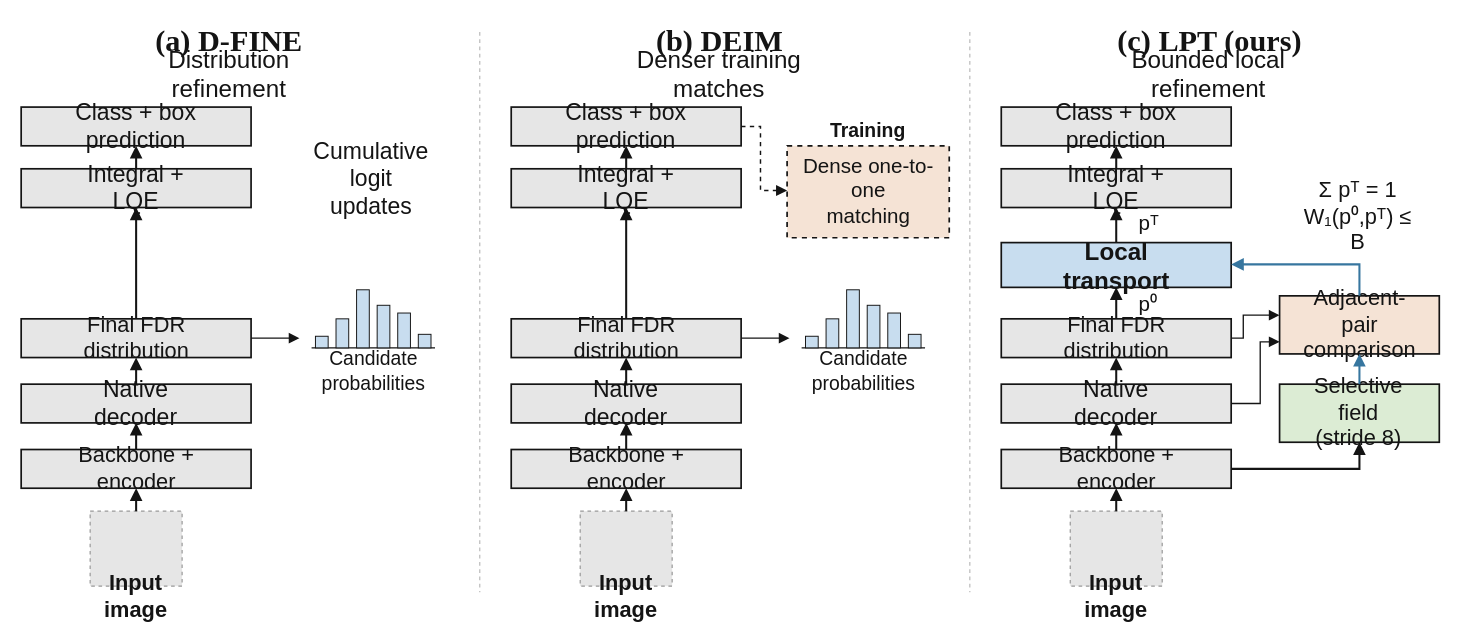
The draw.io diagram assets/paper-figures/lpt-fig2-advancing.drawio in youn720lee/Boundary-State-DETR-site, before the edit. Source tidied: cells renumbered, new cells numbered last; positions are measured from the earlier drawing's top-left corner, leaving out a move shared by most shapes. Both pictures are drawn from the tidied source at 121%, with x=0, y=0 at pixel (21, 21). Pictures stored in the file or linked from it are replaced by grey dashed boxes.
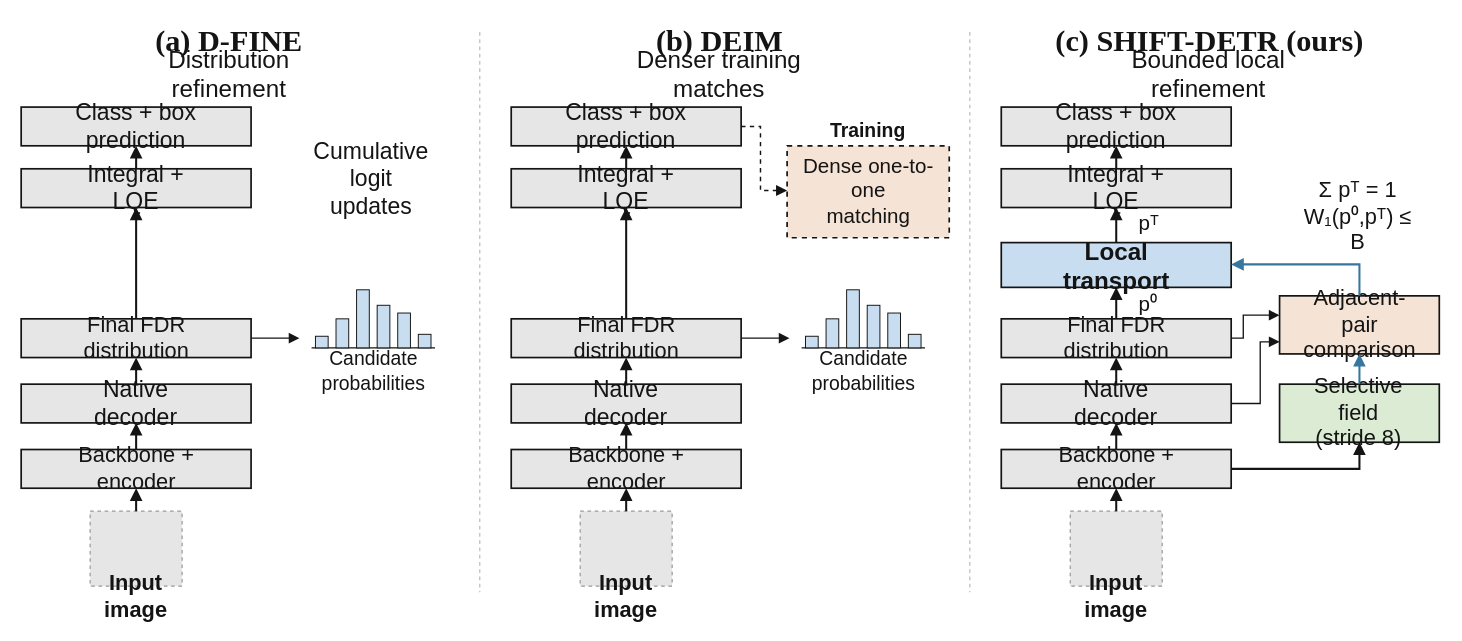
Above is the later version.

Change to the diagram source:
```diff
@@
-    <mxCell id="63" value="(c) LPT (ours)" style="text;html=0;align=center;verticalAlign=middle;whiteSpace=wrap;overflow=visible;fillColor=none;strokeColor=none;fontFamily=Times New Roman;fontSize=25;fontStyle=1;fontColor=#141414;" parent="1" vertex="1">
-      <mxGeometry x="901.6" y="-0.1" width="160.7" height="32.2" as="geometry" />
+    <mxCell id="63" value="(c) SHIFT-DETR (ours)" style="text;html=0;align=center;verticalAlign=middle;whiteSpace=wrap;overflow=visible;fillColor=none;strokeColor=none;fontFamily=Times New Roman;fontSize=25;fontStyle=1;fontColor=#141414;" parent="1" vertex="1">
+      <mxGeometry x="849.5" y="-0.1" width="264.9" height="32.2" as="geometry" />
     </mxCell>
```
